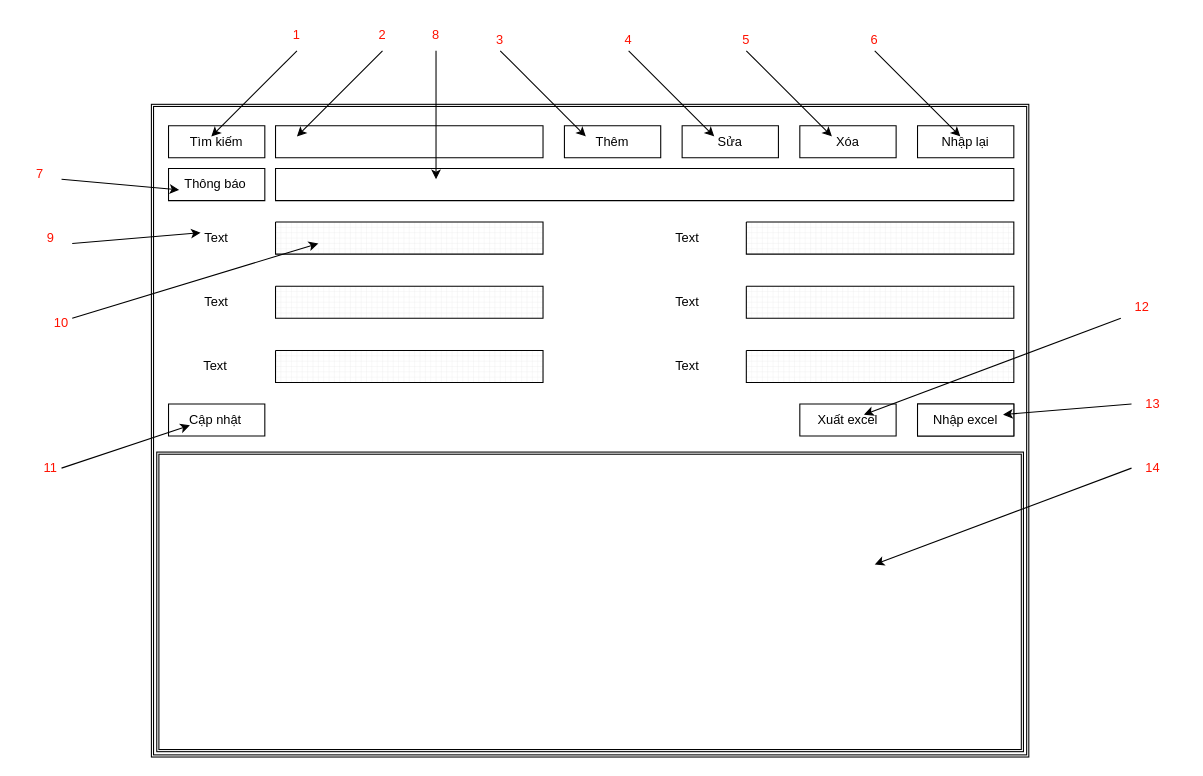
The draw.io diagram Documents/file draw.io giao diện/khachhang.drawio in boopanda1998/Cong_nghe_phan_mem, before the edit. Source tidied: cells renumbered, new cells numbered last; positions are measured from the earlier drawing's top-left corner, leaving out a move shared by most shapes. Both pictures are drawn from the tidied source at 107%, with x=0, y=0 at pixel (18, 18).
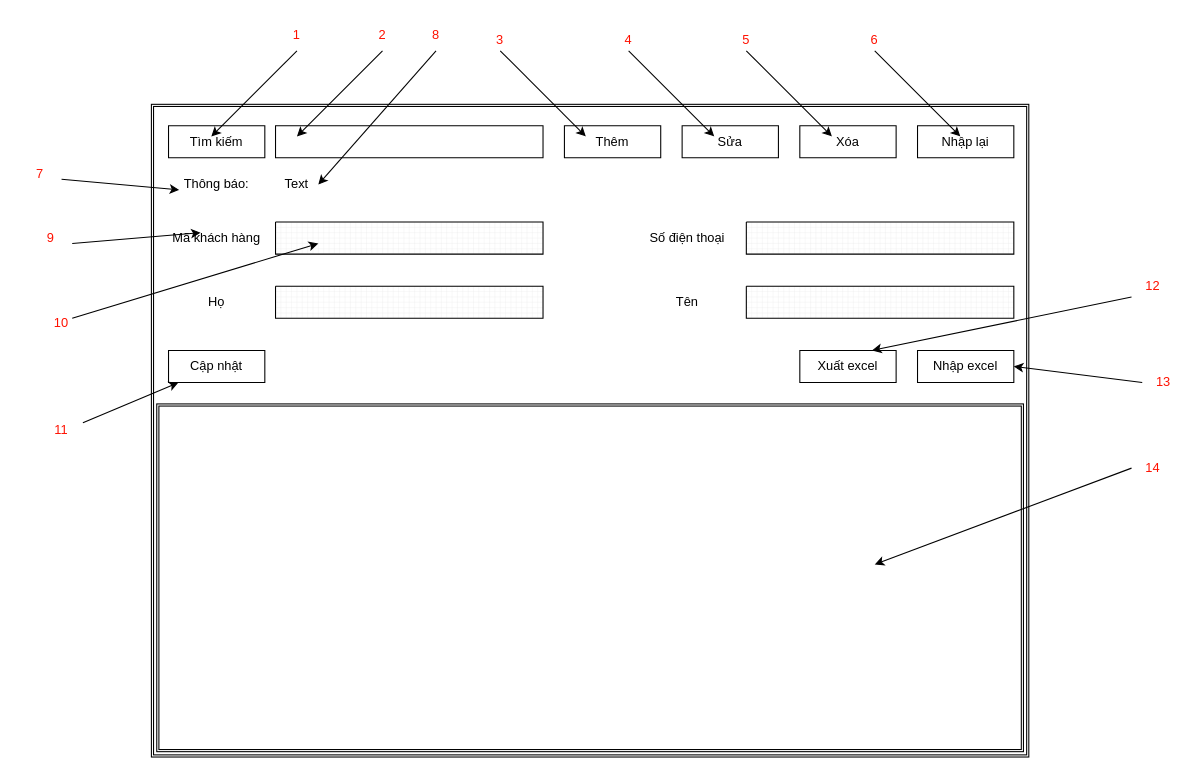
Above is the later version.

Diff of the diagram source:
```diff
@@
     <mxCell id="3" style="shape=ext;double=1;rounded=0;whiteSpace=wrap;html=1;" parent="1" vertex="1">
-      <mxGeometry x="129" y="405" width="810" height="280" as="geometry" />
+      <mxGeometry x="129" y="360" width="810" height="325" as="geometry" />
     </mxCell>
@@
-    <mxCell id="10" style="verticalLabelPosition=bottom;verticalAlign=top;html=1;shape=mxgraph.basic.rect;fillColor2=none;strokeWidth=1;size=20;indent=5;" parent="1" vertex="1">
-      <mxGeometry x="840" y="360" width="90" height="30" as="geometry" />
-    </mxCell>
     <mxCell id="11" style="verticalLabelPosition=bottom;verticalAlign=top;html=1;shape=mxgraph.basic.rect;fillColor2=none;strokeWidth=1;size=20;indent=5;" parent="1" vertex="1">
-      <mxGeometry x="840" y="360" width="90" height="30" as="geometry" />
+      <mxGeometry x="840" y="310" width="90" height="30" as="geometry" />
     </mxCell>
     <mxCell id="12" style="verticalLabelPosition=bottom;verticalAlign=top;html=1;shape=mxgraph.basic.rect;fillColor2=none;strokeWidth=1;size=20;indent=5;" parent="1" vertex="1">
-      <mxGeometry x="730" y="360" width="90" height="30" as="geometry" />
+      <mxGeometry x="730" y="310" width="90" height="30" as="geometry" />
     </mxCell>
@@
-    <mxCell id="15" style="verticalLabelPosition=bottom;verticalAlign=top;html=1;shape=mxgraph.basic.patternFillRect;fillStyle=grid;step=5;fillStrokeWidth=0.2;fillStrokeColor=#dddddd;" parent="1" vertex="1">
-      <mxGeometry x="680" y="310" width="250" height="30" as="geometry" />
-    </mxCell>
@@
-    <mxCell id="18" style="verticalLabelPosition=bottom;verticalAlign=top;html=1;shape=mxgraph.basic.patternFillRect;fillStyle=grid;step=5;fillStrokeWidth=0.2;fillStrokeColor=#dddddd;" parent="1" vertex="1">
-      <mxGeometry x="240" y="310" width="250" height="30" as="geometry" />
-    </mxCell>
-    <mxCell id="19" value="Text" style="text;html=1;strokeColor=none;fillColor=none;align=center;verticalAlign=middle;whiteSpace=wrap;rounded=0;" parent="1" vertex="1">
+    <mxCell id="19" value="Mã khách hàng" style="text;html=1;strokeColor=none;fillColor=none;align=center;verticalAlign=middle;whiteSpace=wrap;rounded=0;" parent="1" vertex="1">
       <mxGeometry x="140" y="190" width="90" height="30" as="geometry" />
     </mxCell>
-    <mxCell id="20" style="verticalLabelPosition=bottom;verticalAlign=top;html=1;shape=mxgraph.basic.rect;fillColor2=none;strokeWidth=1;size=20;indent=5;" parent="1" vertex="1">
-      <mxGeometry x="240" y="140" width="690" height="30" as="geometry" />
-    </mxCell>
-    <mxCell id="21" style="verticalLabelPosition=bottom;verticalAlign=top;html=1;shape=mxgraph.basic.rect;fillColor2=none;strokeWidth=1;size=20;indent=5;" parent="1" vertex="1">
-      <mxGeometry x="140" y="140" width="90" height="30" as="geometry" />
-    </mxCell>
@@
-    <mxCell id="23" value="Thông báo" style="text;html=1;strokeColor=none;fillColor=none;align=center;verticalAlign=middle;whiteSpace=wrap;rounded=0;" parent="1" vertex="1">
-      <mxGeometry x="139" y="140" width="90" height="30" as="geometry" />
+    <mxCell id="23" value="Thông báo:" style="text;html=1;strokeColor=none;fillColor=none;align=center;verticalAlign=middle;whiteSpace=wrap;rounded=0;" parent="1" vertex="1">
+      <mxGeometry x="140" y="140" width="90" height="30" as="geometry" />
     </mxCell>
@@
-    <mxCell id="28" value="Nhập excel" style="text;html=1;strokeColor=none;fillColor=none;align=center;verticalAlign=middle;whiteSpace=wrap;rounded=0;" parent="1" vertex="1">
-      <mxGeometry x="840" y="360" width="90" height="30" as="geometry" />
-    </mxCell>
     <mxCell id="29" value="Xuất excel" style="text;html=1;strokeColor=none;fillColor=none;align=center;verticalAlign=middle;whiteSpace=wrap;rounded=0;" parent="1" vertex="1">
-      <mxGeometry x="730" y="360" width="90" height="30" as="geometry" />
+      <mxGeometry x="730" y="310" width="90" height="30" as="geometry" />
     </mxCell>
-    <mxCell id="30" value="Text" style="text;html=1;strokeColor=none;fillColor=none;align=center;verticalAlign=middle;whiteSpace=wrap;rounded=0;" parent="1" vertex="1">
+    <mxCell id="30" value="Họ" style="text;html=1;strokeColor=none;fillColor=none;align=center;verticalAlign=middle;whiteSpace=wrap;rounded=0;" parent="1" vertex="1">
       <mxGeometry x="140" y="250" width="90" height="30" as="geometry" />
     </mxCell>
-    <mxCell id="31" value="Text" style="text;html=1;strokeColor=none;fillColor=none;align=center;verticalAlign=middle;whiteSpace=wrap;rounded=0;" parent="1" vertex="1">
-      <mxGeometry x="139" y="310" width="90" height="30" as="geometry" />
-    </mxCell>
-    <mxCell id="32" value="Text" style="text;html=1;strokeColor=none;fillColor=none;align=center;verticalAlign=middle;whiteSpace=wrap;rounded=0;" parent="1" vertex="1">
+    <mxCell id="32" value="Số điện thoại" style="text;html=1;strokeColor=none;fillColor=none;align=center;verticalAlign=middle;whiteSpace=wrap;rounded=0;" parent="1" vertex="1">
       <mxGeometry x="580" y="190" width="90" height="30" as="geometry" />
     </mxCell>
-    <mxCell id="33" value="Text" style="text;html=1;strokeColor=none;fillColor=none;align=center;verticalAlign=middle;whiteSpace=wrap;rounded=0;" parent="1" vertex="1">
+    <mxCell id="33" value="Tên" style="text;html=1;strokeColor=none;fillColor=none;align=center;verticalAlign=middle;whiteSpace=wrap;rounded=0;" parent="1" vertex="1">
       <mxGeometry x="580" y="250" width="90" height="30" as="geometry" />
     </mxCell>
-    <mxCell id="34" value="Text" style="text;html=1;strokeColor=none;fillColor=none;align=center;verticalAlign=middle;whiteSpace=wrap;rounded=0;" parent="1" vertex="1">
-      <mxGeometry x="580" y="310" width="90" height="30" as="geometry" />
-    </mxCell>
     <mxCell id="35" style="verticalLabelPosition=bottom;verticalAlign=top;html=1;shape=mxgraph.basic.rect;fillColor2=none;strokeWidth=1;size=20;indent=5;" parent="1" vertex="1">
-      <mxGeometry x="140" y="360" width="90" height="30" as="geometry" />
+      <mxGeometry x="140" y="310" width="90" height="30" as="geometry" />
     </mxCell>
     <mxCell id="36" value="Cập nhật" style="text;html=1;strokeColor=none;fillColor=none;align=center;verticalAlign=middle;whiteSpace=wrap;rounded=0;" parent="1" vertex="1">
-      <mxGeometry x="139" y="360" width="90" height="30" as="geometry" />
+      <mxGeometry x="140" y="310" width="90" height="30" as="geometry" />
     </mxCell>
@@
-    <mxCell id="43" style="endArrow=classic;html=1;" parent="1" edge="1">
+    <mxCell id="43" style="endArrow=classic;html=1;entryX=1;entryY=0.5;entryDx=0;entryDy=0;" parent="1" edge="1" target="65">
       <mxGeometry relative="1" as="geometry">
         <mxPoint x="390" y="30" as="sourcePoint" />
-        <mxPoint x="390" y="150" as="targetPoint" />
       </mxGeometry>
     </mxCell>
@@
-    <mxCell id="45" style="endArrow=classic;html=1;" parent="1" edge="1">
-      <mxGeometry relative="1" as="geometry">
-        <mxPoint x="40" y="420" as="sourcePoint" />
-        <mxPoint x="160" y="380" as="targetPoint" />
-      </mxGeometry>
+    <mxCell id="45" style="endArrow=classic;html=1;exitX=1;exitY=0.25;exitDx=0;exitDy=0;" parent="1" edge="1" source="59" target="36">
+      <mxGeometry relative="1" as="geometry" />
     </mxCell>
@@
-    <mxCell id="47" style="endArrow=classic;html=1;" parent="1" edge="1">
-      <mxGeometry relative="1" as="geometry">
-        <mxPoint x="1030" y="280" as="sourcePoint" />
-        <mxPoint x="790" y="370" as="targetPoint" />
-      </mxGeometry>
-    </mxCell>
-    <mxCell id="48" style="endArrow=classic;html=1;" parent="1" edge="1">
-      <mxGeometry relative="1" as="geometry">
-        <mxPoint x="1040" y="360" as="sourcePoint" />
-        <mxPoint x="920" y="370" as="targetPoint" />
-      </mxGeometry>
+    <mxCell id="48" style="endArrow=classic;html=1;entryX=1;entryY=0.5;entryDx=0;entryDy=0;exitX=0;exitY=0.5;exitDx=0;exitDy=0;" parent="1" edge="1" source="61" target="28">
+      <mxGeometry relative="1" as="geometry" />
     </mxCell>
@@
     <mxCell id="59" value="11" style="text;html=1;align=center;verticalAlign=middle;whiteSpace=wrap;rounded=0;fontColor=#FF1100;" parent="1" vertex="1">
-      <mxGeometry x="10" y="405" width="40" height="30" as="geometry" />
+      <mxGeometry x="20" y="370" width="40" height="30" as="geometry" />
     </mxCell>
     <mxCell id="60" value="12" style="text;html=1;align=center;verticalAlign=middle;whiteSpace=wrap;rounded=0;fontColor=#FF1100;" parent="1" vertex="1">
-      <mxGeometry x="1030" y="260" width="40" height="20" as="geometry" />
+      <mxGeometry x="1040" y="240" width="40" height="20" as="geometry" />
     </mxCell>
     <mxCell id="61" value="13" style="text;html=1;align=center;verticalAlign=middle;whiteSpace=wrap;rounded=0;fontColor=#FF1100;" parent="1" vertex="1">
-      <mxGeometry x="1040" y="350" width="40" height="20" as="geometry" />
+      <mxGeometry x="1050" y="330" width="40" height="20" as="geometry" />
     </mxCell>
@@
+    <mxCell id="65" value="Text" style="text;html=1;strokeColor=none;fillColor=none;align=center;verticalAlign=middle;whiteSpace=wrap;rounded=0;" parent="1" vertex="1">
+      <mxGeometry x="240" y="145" width="40" height="20" as="geometry" />
+    </mxCell>
+    <mxCell id="28" value="Nhập excel" style="text;html=1;strokeColor=none;fillColor=none;align=center;verticalAlign=middle;whiteSpace=wrap;rounded=0;" parent="1" vertex="1">
+      <mxGeometry x="840" y="310" width="90" height="30" as="geometry" />
+    </mxCell>
+    <mxCell id="66" style="endArrow=classic;html=1;entryX=0.75;entryY=0;entryDx=0;entryDy=0;exitX=0;exitY=1;exitDx=0;exitDy=0;" parent="1" edge="1" source="60" target="29">
+      <mxGeometry relative="1" as="geometry" />
+    </mxCell>
```
